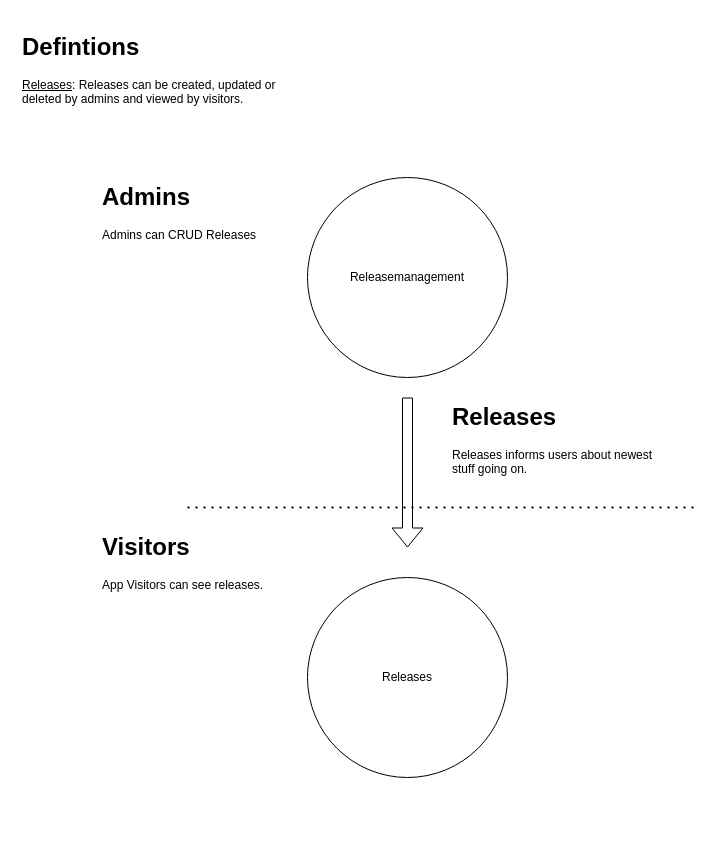
Earlier version of the draw.io diagram page "Feature Overview" (1 of 2) of docs/Features/03 - Releasemanagement.drawio (CarlsonBuma/laravel-quasar-template). Source tidied: cells renumbered, new cells numbered last; positions are measured from the earlier drawing's top-left corner, leaving out a move shared by most shapes. Both pictures are drawn from the tidied source at 100%, with x=0, y=0 at pixel (17, 27).
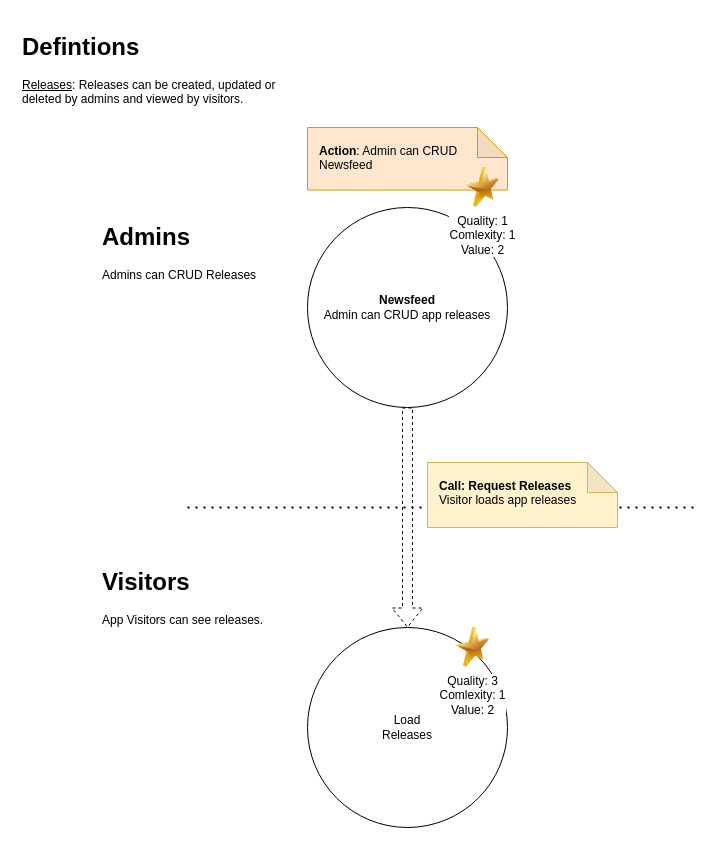
The same page after the edit.

What changed in the source:
```diff
@@
 <mxGraphModel>
   <root>
     <mxCell id="0" />
     <mxCell id="1" parent="0" />
-    <mxCell id="2" value="Releases" style="ellipse;whiteSpace=wrap;html=1;" parent="1" vertex="1">
-      <mxGeometry x="290" y="550" width="200" height="200" as="geometry" />
+    <mxCell id="2" value="Load&lt;br&gt;Releases" style="ellipse;whiteSpace=wrap;html=1;" parent="1" vertex="1">
+      <mxGeometry x="290" y="600" width="200" height="200" as="geometry" />
     </mxCell>
     <mxCell id="3" style="endArrow=none;dashed=1;html=1;dashPattern=1 3;strokeWidth=2;rounded=0;" parent="1" edge="1">
       <mxGeometry relative="1" as="geometry">
         <mxPoint x="170" y="480" as="sourcePoint" />
         <mxPoint x="680" y="480" as="targetPoint" />
       </mxGeometry>
     </mxCell>
-    <mxCell id="4" value="Releasemanagement" style="ellipse;whiteSpace=wrap;html=1;" parent="1" vertex="1">
-      <mxGeometry x="290" y="150" width="200" height="200" as="geometry" />
+    <mxCell id="4" value="&lt;b&gt;Newsfeed&lt;/b&gt;&lt;br&gt;Admin can CRUD app releases" style="ellipse;whiteSpace=wrap;html=1;" parent="1" vertex="1">
+      <mxGeometry x="290" y="180" width="200" height="200" as="geometry" />
     </mxCell>
     <mxCell id="5" value="&lt;h1&gt;Admins&lt;/h1&gt;&lt;p&gt;Admins can CRUD Releases&amp;nbsp;&lt;/p&gt;" style="text;html=1;strokeColor=none;fillColor=none;spacing=5;spacingTop=-20;whiteSpace=wrap;overflow=hidden;rounded=0;" parent="1" vertex="1">
-      <mxGeometry x="80" y="150" width="190" height="120" as="geometry" />
+      <mxGeometry x="80" y="190" width="190" height="120" as="geometry" />
     </mxCell>
     <mxCell id="6" value="&lt;h1&gt;Visitors&lt;/h1&gt;&lt;p&gt;App Visitors can see releases.&lt;/p&gt;" style="text;html=1;strokeColor=none;fillColor=none;spacing=5;spacingTop=-20;whiteSpace=wrap;overflow=hidden;rounded=0;" parent="1" vertex="1">
-      <mxGeometry x="80" y="500" width="190" height="120" as="geometry" />
+      <mxGeometry x="80" y="535" width="190" height="120" as="geometry" />
     </mxCell>
     <mxCell id="7" value="&lt;h1&gt;Defintions&lt;/h1&gt;&lt;p&gt;&lt;u&gt;Releases&lt;/u&gt;: Releases can be created, updated or deleted by admins and viewed by visitors.&lt;/p&gt;" style="text;html=1;strokeColor=none;fillColor=none;spacing=5;spacingTop=-20;whiteSpace=wrap;overflow=hidden;rounded=0;" parent="1" vertex="1">
       <mxGeometry width="290" height="130" as="geometry" />
     </mxCell>
-    <mxCell id="8" style="shape=flexArrow;endArrow=classic;html=1;rounded=0;" parent="1" edge="1">
-      <mxGeometry relative="1" as="geometry">
-        <mxPoint x="390" y="370" as="sourcePoint" />
-        <mxPoint x="390" y="520" as="targetPoint" />
-      </mxGeometry>
+    <mxCell id="8" style="shape=flexArrow;endArrow=classic;html=1;rounded=0;dashed=1;exitX=0.5;exitY=1;exitDx=0;exitDy=0;entryX=0.5;entryY=0;entryDx=0;entryDy=0;" parent="1" edge="1" source="4" target="2">
+      <mxGeometry relative="1" as="geometry" />
     </mxCell>
-    <mxCell id="9" value="&lt;h1&gt;Releases&lt;/h1&gt;&lt;p&gt;Releases informs users about newest stuff going on.&lt;/p&gt;" style="text;html=1;strokeColor=none;fillColor=none;spacing=5;spacingTop=-20;whiteSpace=wrap;overflow=hidden;rounded=0;" parent="1" vertex="1">
-      <mxGeometry x="430" y="370" width="220" height="100" as="geometry" />
-    </mxCell>
+    <mxCell id="10" value="&lt;b&gt;Action&lt;/b&gt;: Admin can CRUD Newsfeed" style="shape=note;whiteSpace=wrap;html=1;backgroundOutline=1;darkOpacity=0.05;align=left;spacing=12;fillColor=#ffe6cc;strokeColor=#d79b00;verticalAlign=top;" parent="1" vertex="1">
+      <mxGeometry x="290" y="100" width="200" height="62.5" as="geometry" />
+    </mxCell>
+    <mxCell id="11" value="&lt;b&gt;Call: Request Releases&lt;/b&gt;&lt;br&gt;Visitor loads app releases" style="shape=note;whiteSpace=wrap;html=1;backgroundOutline=1;darkOpacity=0.05;align=left;spacing=12;fillColor=#fff2cc;strokeColor=#d6b656;verticalAlign=top;" parent="1" vertex="1">
+      <mxGeometry x="410" y="435" width="190" height="65" as="geometry" />
+    </mxCell>
+    <mxCell id="12" value="Quality: 1&lt;br&gt;Comlexity: 1&lt;br&gt;Value: 2" style="image;html=1;image=img/lib/clip_art/general/Star_128x128.png;labelBackgroundColor=default;" parent="1" vertex="1">
+      <mxGeometry x="440" y="140" width="50" height="40" as="geometry" />
+    </mxCell>
+    <mxCell id="13" value="Quality: 3&lt;br&gt;Comlexity: 1&lt;br&gt;Value: 2" style="image;html=1;image=img/lib/clip_art/general/Star_128x128.png;labelBackgroundColor=default;" parent="1" vertex="1">
+      <mxGeometry x="430" y="600" width="50" height="40" as="geometry" />
+    </mxCell>
   </root>
 </mxGraphModel>
```
